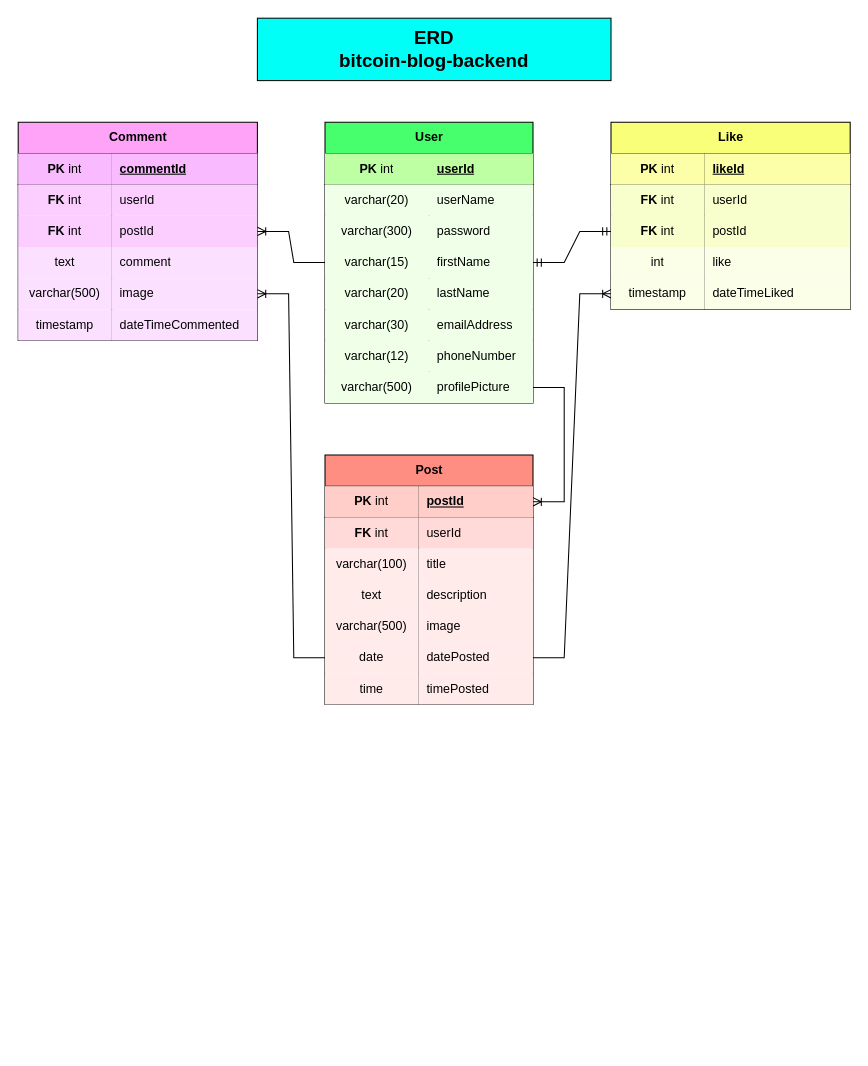
harrygould/bitcoin-blog-backend keeps this draw.io diagram as Untitled Diagram.drawio. Above is the earlier version. Source tidied: cells renumbered, new cells numbered last; positions are measured from the earlier drawing's top-left corner, leaving out a move shared by most shapes. Both pictures are drawn from the tidied source at 104%, with x=0, y=0 at pixel (-138, 18).
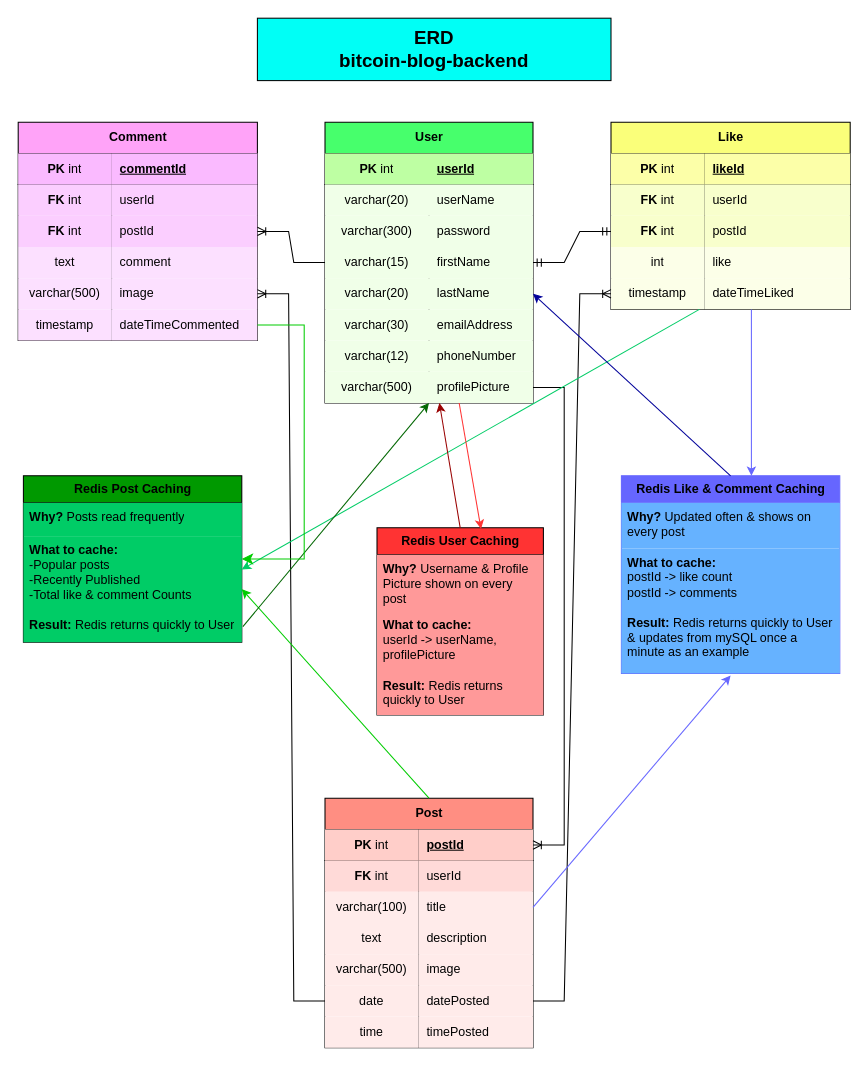
Above is the later version.

Unchanged cells that the change refers to:
```xml
<mxCell id="15" style="shape=tableRow;horizontal=0;startSize=0;swimlaneHead=0;swimlaneBody=0;fillColor=none;points=[[0,0.5],[1,0.5]];portConstraint=eastwest;top=0;left=0;right=0;bottom=0;" parent="2" vertex="1">
  <mxGeometry y="150" width="200" height="30" as="geometry" />
</mxCell>
<mxCell id="24" style="shape=tableRow;horizontal=0;startSize=0;swimlaneHead=0;swimlaneBody=0;fillColor=none;points=[[0,0.5],[1,0.5]];portConstraint=eastwest;top=0;left=0;right=0;bottom=0;" parent="2" vertex="1">
  <mxGeometry y="240" width="200" height="30" as="geometry" />
</mxCell>
<mxCell id="34" style="shape=tableRow;horizontal=0;startSize=0;swimlaneHead=0;swimlaneBody=0;fillColor=none;points=[[0,0.5],[1,0.5]];portConstraint=eastwest;top=0;left=0;right=0;bottom=0;" parent="27" vertex="1">
  <mxGeometry y="90" width="200" height="30" as="geometry" />
</mxCell>
<mxCell id="65" style="shape=tableRow;horizontal=0;startSize=0;swimlaneHead=0;swimlaneBody=0;fillColor=none;points=[[0,0.5],[1,0.5]];portConstraint=eastwest;top=0;left=0;right=0;bottom=0;" parent="49" vertex="1">
  <mxGeometry y="180" width="230" height="30" as="geometry" />
</mxCell>
```

What changed in the source:
```diff
@@
     <mxCell id="27" value="Post" style="shape=table;startSize=30;childLayout=tableLayout;rowLines=0;fontStyle=1;align=center;html=1;fillColor=#FF8E82;" parent="1" vertex="1">
-      <mxGeometry x="445" y="420" width="200" height="240" as="geometry" />
+      <mxGeometry x="445" y="750" width="200" height="240" as="geometry" />
     </mxCell>
@@
+    <mxCell id="90" value="&lt;b&gt;Redis Post Caching&lt;/b&gt;" style="swimlane;fontStyle=0;horizontal=1;startSize=26;fillColor=#009900;html=1;" parent="1" vertex="1">
+      <mxGeometry x="155" y="440" width="210" height="160" as="geometry" />
+    </mxCell>
+    <mxCell id="91" value="&lt;b&gt;Why? &lt;/b&gt;Posts read frequently" style="text;strokeColor=none;fillColor=#00CC66;align=left;verticalAlign=top;spacingLeft=4;spacingRight=4;overflow=hidden;whiteSpace=wrap;html=1;" parent="90" vertex="1">
+      <mxGeometry y="26" width="210" height="32" as="geometry" />
+    </mxCell>
+    <mxCell id="92" value="&lt;b&gt;What to cache:&lt;/b&gt;&lt;div&gt;-Popular posts&lt;/div&gt;&lt;div&gt;-Recently Published&lt;/div&gt;&lt;div&gt;-Total like &amp;amp; comment Counts&lt;/div&gt;&lt;div&gt;&lt;br&gt;&lt;/div&gt;&lt;div&gt;&lt;b&gt;Result:&lt;/b&gt; Redis returns quickly to User&lt;/div&gt;" style="text;strokeColor=none;fillColor=#00CC66;align=left;verticalAlign=top;spacingLeft=4;spacingRight=4;overflow=hidden;points=[[0,0.5],[1,0.5]];portConstraint=eastwest;whiteSpace=wrap;html=1;" parent="90" vertex="1">
+      <mxGeometry y="58" width="210" height="102" as="geometry" />
+    </mxCell>
+    <mxCell id="93" style="endArrow=classic;html=1;rounded=0;exitX=0.5;exitY=0;exitDx=0;exitDy=0;entryX=1;entryY=0.5;entryDx=0;entryDy=0;strokeColor=#00CC00;" parent="1" edge="1" source="27" target="92">
+      <mxGeometry relative="1" as="geometry" />
+    </mxCell>
+    <mxCell id="94" style="endArrow=classic;html=1;rounded=0;strokeColor=#00CC66;" parent="1" edge="1">
+      <mxGeometry relative="1" as="geometry">
+        <mxPoint x="805" y="280" as="sourcePoint" />
+        <mxPoint x="365" y="530" as="targetPoint" />
+      </mxGeometry>
+    </mxCell>
+    <mxCell id="95" style="endArrow=classic;html=1;rounded=0;exitX=1.005;exitY=0.853;exitDx=0;exitDy=0;exitPerimeter=0;strokeColor=#006600;" parent="1" edge="1" source="92">
+      <mxGeometry relative="1" as="geometry">
+        <mxPoint x="545" y="370" as="targetPoint" />
+      </mxGeometry>
+    </mxCell>
+    <mxCell id="96" style="edgeStyle=segmentEdgeStyle;endArrow=classic;html=1;curved=0;rounded=0;endSize=8;startSize=8;exitX=1;exitY=0.5;exitDx=0;exitDy=0;strokeColor=#00CC00;" parent="1" edge="1" source="65" target="92">
+      <mxGeometry relative="1" as="geometry">
+        <Array as="points">
+          <mxPoint x="425" y="295" />
+          <mxPoint x="425" y="520" />
+        </Array>
+      </mxGeometry>
+    </mxCell>
+    <mxCell id="97" value="&lt;b&gt;Redis User Caching&lt;/b&gt;" style="swimlane;fontStyle=0;horizontal=1;startSize=26;fillColor=#FF3333;html=1;" parent="1" vertex="1">
+      <mxGeometry x="495" y="490" width="160" height="180" as="geometry" />
+    </mxCell>
+    <mxCell id="98" value="&lt;b&gt;Why? &lt;/b&gt;Username &amp;amp; Profile Picture shown on every post" style="text;strokeColor=none;fillColor=#FF9999;align=left;verticalAlign=top;spacingLeft=4;spacingRight=4;overflow=hidden;whiteSpace=wrap;html=1;" parent="97" vertex="1">
+      <mxGeometry y="26" width="160" height="54" as="geometry" />
+    </mxCell>
+    <mxCell id="99" value="&lt;b&gt;What to cache:&lt;/b&gt;&lt;div&gt;userId -&amp;gt; userName, profilePicture&lt;/div&gt;&lt;div&gt;&lt;br&gt;&lt;/div&gt;&lt;div&gt;&lt;b&gt;Result:&lt;/b&gt; Redis returns quickly to User&lt;/div&gt;" style="text;strokeColor=none;fillColor=#FF9999;align=left;verticalAlign=top;spacingLeft=4;spacingRight=4;overflow=hidden;whiteSpace=wrap;html=1;" parent="97" vertex="1">
+      <mxGeometry y="80" width="160" height="100" as="geometry" />
+    </mxCell>
+    <mxCell id="100" style="endArrow=classic;html=1;rounded=0;exitX=0.5;exitY=0;exitDx=0;exitDy=0;fillColor=#FF3333;strokeColor=#990000;" parent="1" edge="1" source="97">
+      <mxGeometry relative="1" as="geometry">
+        <mxPoint x="555" y="370" as="targetPoint" />
+      </mxGeometry>
+    </mxCell>
+    <mxCell id="101" style="endArrow=classic;html=1;rounded=0;exitX=0.645;exitY=1;exitDx=0;exitDy=0;exitPerimeter=0;entryX=0.625;entryY=0.006;entryDx=0;entryDy=0;entryPerimeter=0;strokeColor=#FF3333;" parent="1" edge="1" source="24" target="97">
+      <mxGeometry relative="1" as="geometry" />
+    </mxCell>
+    <mxCell id="102" value="&lt;b&gt;Redis Like &amp;amp; Comment Caching&lt;/b&gt;" style="swimlane;fontStyle=0;horizontal=1;startSize=26;fillColor=#6666FF;html=1;strokeColor=#6666FF;" parent="1" vertex="1">
+      <mxGeometry x="730" y="440" width="210" height="190" as="geometry" />
+    </mxCell>
+    <mxCell id="103" value="&lt;b&gt;Why? &lt;/b&gt;Updated often &amp;amp; shows on every post" style="text;strokeColor=none;fillColor=#66B2FF;align=left;verticalAlign=top;spacingLeft=4;spacingRight=4;overflow=hidden;whiteSpace=wrap;html=1;" parent="102" vertex="1">
+      <mxGeometry y="26" width="210" height="44" as="geometry" />
+    </mxCell>
+    <mxCell id="104" value="&lt;b&gt;What to cache:&lt;/b&gt;&lt;div&gt;postId -&amp;gt; like count&lt;/div&gt;&lt;div&gt;postId -&amp;gt; comments&lt;/div&gt;&lt;div&gt;&lt;br&gt;&lt;/div&gt;&lt;div&gt;&lt;b&gt;Result:&lt;/b&gt; Redis returns quickly to User &amp;amp; updates from mySQL once a minute as an example&lt;/div&gt;" style="text;strokeColor=none;fillColor=#66B2FF;align=left;verticalAlign=top;spacingLeft=4;spacingRight=4;overflow=hidden;points=[[0,0.5],[1,0.5]];portConstraint=eastwest;whiteSpace=wrap;html=1;" parent="102" vertex="1">
+      <mxGeometry y="70" width="210" height="120" as="geometry" />
+    </mxCell>
+    <mxCell id="105" style="endArrow=classic;html=1;rounded=0;exitX=0.5;exitY=0;exitDx=0;exitDy=0;entryX=1;entryY=0.5;entryDx=0;entryDy=0;strokeColor=#000099;" parent="1" edge="1" source="102" target="15">
+      <mxGeometry relative="1" as="geometry" />
+    </mxCell>
+    <mxCell id="106" style="endArrow=classic;html=1;rounded=0;entryX=0.5;entryY=1.017;entryDx=0;entryDy=0;entryPerimeter=0;exitX=1;exitY=0.5;exitDx=0;exitDy=0;strokeColor=#6666FF;" parent="1" edge="1" source="34" target="104">
+      <mxGeometry relative="1" as="geometry" />
+    </mxCell>
+    <mxCell id="107" style="endArrow=classic;html=1;rounded=0;entryX=0.5;entryY=0;entryDx=0;entryDy=0;exitX=0.5;exitY=1;exitDx=0;exitDy=0;strokeColor=#6666FF;" parent="1" edge="1">
+      <mxGeometry relative="1" as="geometry">
+        <mxPoint x="855" y="280" as="sourcePoint" />
+        <mxPoint x="855" y="440" as="targetPoint" />
+        <Array as="points">
+          <mxPoint x="855" y="390" />
+        </Array>
+      </mxGeometry>
+    </mxCell>
```
